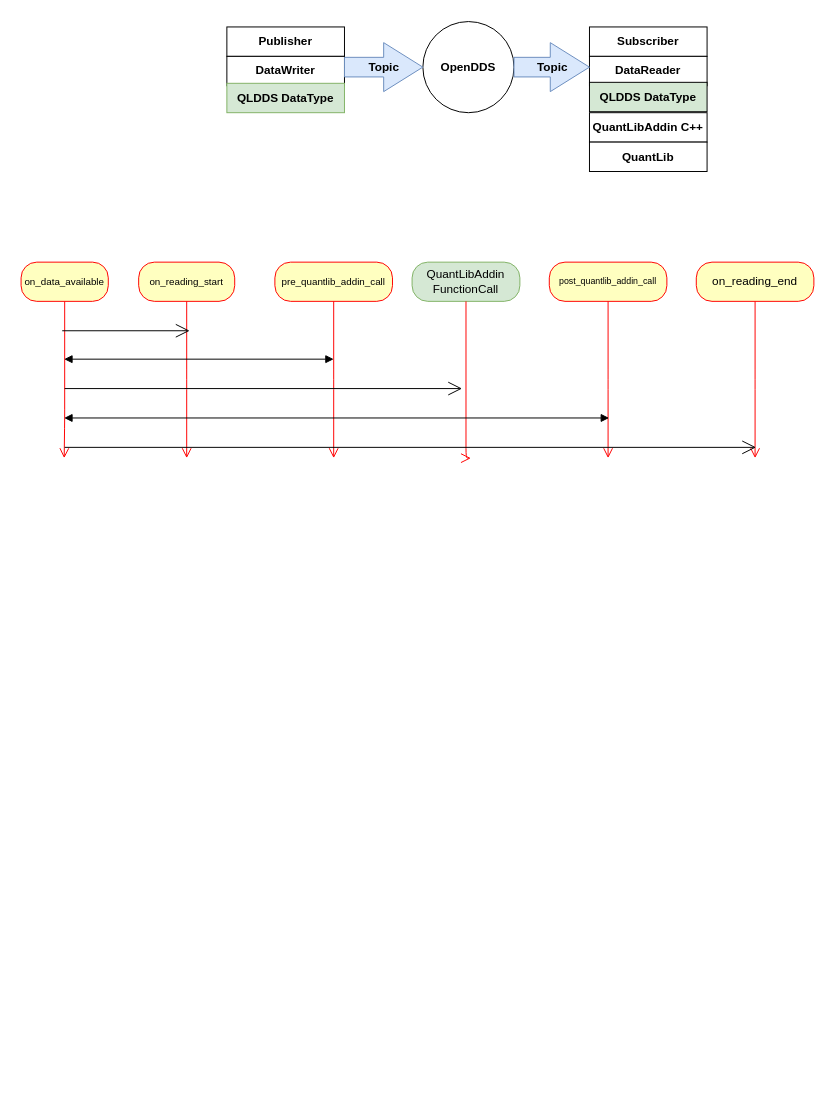
mkipnis/qldds keeps this draw.io diagram as misc/overview.drawio. Above is the earlier version. Source tidied: cells renumbered, new cells numbered last; positions are measured from the earlier drawing's top-left corner, leaving out a move shared by most shapes. Both pictures are drawn from the tidied source at 98%, with x=0, y=0 at pixel (21, 21).
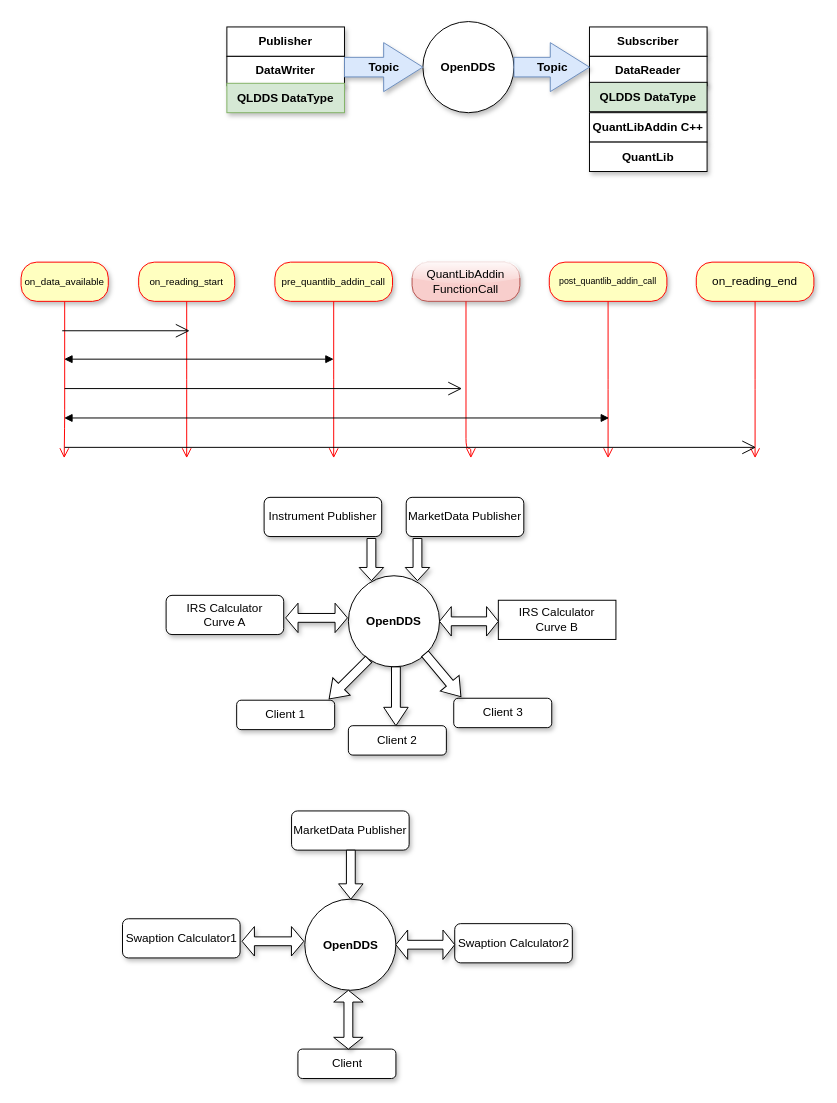
The same page after the edit.

The edit, as a diff of the source:
```diff
@@
-    <mxCell id="2" value="OpenDDS" style="ellipse;whiteSpace=wrap;html=1;fontStyle=1;" parent="1" vertex="1">
+    <mxCell id="2" value="OpenDDS" style="ellipse;whiteSpace=wrap;html=1;fontStyle=1;shadow=1;" parent="1" vertex="1">
       <mxGeometry x="410" y="0.5" width="93" height="93" as="geometry" />
     </mxCell>
-    <mxCell id="3" value="&lt;b&gt;Publisher&lt;/b&gt;" style="rounded=0;whiteSpace=wrap;html=1;" parent="1" vertex="1">
+    <mxCell id="3" value="&lt;b&gt;Publisher&lt;/b&gt;" style="rounded=0;whiteSpace=wrap;html=1;shadow=1;" parent="1" vertex="1">
       <mxGeometry x="210" y="6" width="120" height="30" as="geometry" />
     </mxCell>
-    <mxCell id="4" value="&lt;b&gt;DataWriter&lt;/b&gt;" style="rounded=0;whiteSpace=wrap;html=1;" parent="1" vertex="1">
+    <mxCell id="4" value="&lt;b&gt;DataWriter&lt;/b&gt;" style="rounded=0;whiteSpace=wrap;html=1;shadow=1;" parent="1" vertex="1">
       <mxGeometry x="210" y="36" width="120" height="30" as="geometry" />
     </mxCell>
-    <mxCell id="5" value="&lt;b&gt;QLDDS DataType&lt;br&gt;&lt;/b&gt;" style="rounded=0;whiteSpace=wrap;html=1;fillColor=#d5e8d4;strokeColor=#82b366;" parent="1" vertex="1">
+    <mxCell id="5" value="&lt;b&gt;QLDDS DataType&lt;br&gt;&lt;/b&gt;" style="rounded=0;whiteSpace=wrap;html=1;fillColor=#d5e8d4;strokeColor=#82b366;shadow=1;" parent="1" vertex="1">
       <mxGeometry x="210" y="63.5" width="120" height="30" as="geometry" />
     </mxCell>
-    <mxCell id="6" value="Topic" style="html=1;shadow=0;dashed=0;align=center;verticalAlign=middle;shape=mxgraph.arrows2.arrow;dy=0.6;dx=40;notch=0;fillColor=#dae8fc;strokeColor=#6c8ebf;fontStyle=1;" parent="1" vertex="1">
+    <mxCell id="6" value="Topic" style="html=1;shadow=1;dashed=0;align=center;verticalAlign=middle;shape=mxgraph.arrows2.arrow;dy=0.6;dx=40;notch=0;fillColor=#dae8fc;strokeColor=#6c8ebf;fontStyle=1;" parent="1" vertex="1">
       <mxGeometry x="330" y="22" width="80" height="50" as="geometry" />
     </mxCell>
-    <mxCell id="7" value="&lt;b&gt;Subscriber&lt;/b&gt;" style="rounded=0;whiteSpace=wrap;html=1;" parent="1" vertex="1">
+    <mxCell id="7" value="&lt;b&gt;Subscriber&lt;/b&gt;" style="rounded=0;whiteSpace=wrap;html=1;shadow=1;" parent="1" vertex="1">
       <mxGeometry x="580" y="6" width="120" height="30" as="geometry" />
     </mxCell>
-    <mxCell id="8" value="&lt;b&gt;DataReader&lt;/b&gt;" style="rounded=0;whiteSpace=wrap;html=1;" parent="1" vertex="1">
+    <mxCell id="8" value="&lt;b&gt;DataReader&lt;/b&gt;" style="rounded=0;whiteSpace=wrap;html=1;shadow=1;" parent="1" vertex="1">
       <mxGeometry x="580" y="36" width="120" height="30" as="geometry" />
     </mxCell>
-    <mxCell id="9" value="&lt;b&gt;QLDDS DataType&lt;/b&gt;" style="rounded=0;whiteSpace=wrap;html=1;fillColor=#d5e8d4;strokeColor=#000000;glass=0;shadow=0;comic=0;" parent="1" vertex="1">
+    <mxCell id="9" value="&lt;b&gt;QLDDS DataType&lt;/b&gt;" style="rounded=0;whiteSpace=wrap;html=1;fillColor=#d5e8d4;strokeColor=#000000;glass=0;shadow=1;comic=0;" parent="1" vertex="1">
       <mxGeometry x="580" y="62.5" width="120" height="30" as="geometry" />
     </mxCell>
-    <mxCell id="10" value="&lt;b&gt;QuantLibAddin C++&lt;/b&gt;" style="rounded=0;whiteSpace=wrap;html=1;strokeColor=#000000;" parent="1" vertex="1">
+    <mxCell id="10" value="&lt;b&gt;QuantLibAddin C++&lt;/b&gt;" style="rounded=0;whiteSpace=wrap;html=1;strokeColor=#000000;shadow=1;" parent="1" vertex="1">
       <mxGeometry x="580" y="93.5" width="120" height="30" as="geometry" />
     </mxCell>
-    <mxCell id="11" value="&lt;b&gt;QuantLib&lt;/b&gt;" style="rounded=0;whiteSpace=wrap;html=1;" parent="1" vertex="1">
+    <mxCell id="11" value="&lt;b&gt;QuantLib&lt;/b&gt;" style="rounded=0;whiteSpace=wrap;html=1;shadow=1;" parent="1" vertex="1">
       <mxGeometry x="580" y="123.5" width="120" height="30" as="geometry" />
     </mxCell>
-    <mxCell id="12" value="Topic" style="html=1;shadow=0;dashed=0;align=center;verticalAlign=middle;shape=mxgraph.arrows2.arrow;dy=0.6;dx=40;notch=0;fillColor=#dae8fc;strokeColor=#6c8ebf;fontStyle=1;" parent="1" vertex="1">
+    <mxCell id="12" value="Topic" style="html=1;shadow=1;dashed=0;align=center;verticalAlign=middle;shape=mxgraph.arrows2.arrow;dy=0.6;dx=40;notch=0;fillColor=#dae8fc;strokeColor=#6c8ebf;fontStyle=1;" parent="1" vertex="1">
       <mxGeometry x="503" y="22" width="77" height="50" as="geometry" />
     </mxCell>
-    <mxCell id="13" value="on_data_available" style="rounded=1;whiteSpace=wrap;html=1;arcSize=40;fontColor=#000000;fillColor=#ffffc0;strokeColor=#ff0000;shadow=0;glass=0;comic=0;fontSize=10;" parent="1" vertex="1">
+    <mxCell id="13" value="on_data_available" style="rounded=1;whiteSpace=wrap;html=1;arcSize=40;fontColor=#000000;fillColor=#ffffc0;strokeColor=#ff0000;shadow=1;glass=0;comic=0;fontSize=10;" parent="1" vertex="1">
       <mxGeometry y="246" width="89" height="40" as="geometry" />
     </mxCell>
@@
-    <mxCell id="15" value="on_reading_start" style="rounded=1;whiteSpace=wrap;html=1;arcSize=40;fontColor=#000000;fillColor=#ffffc0;strokeColor=#ff0000;shadow=0;glass=0;comic=0;fontSize=10;" parent="1" vertex="1">
+    <mxCell id="15" value="on_reading_start" style="rounded=1;whiteSpace=wrap;html=1;arcSize=40;fontColor=#000000;fillColor=#ffffc0;strokeColor=#ff0000;shadow=1;glass=0;comic=0;fontSize=10;" parent="1" vertex="1">
       <mxGeometry x="120" y="246" width="98" height="40" as="geometry" />
     </mxCell>
@@
-    <mxCell id="17" value="pre_quantlib_addin_call" style="rounded=1;whiteSpace=wrap;html=1;arcSize=40;fontColor=#000000;fillColor=#ffffc0;strokeColor=#ff0000;shadow=0;glass=0;comic=0;fontSize=10;" parent="1" vertex="1">
+    <mxCell id="17" value="pre_quantlib_addin_call" style="rounded=1;whiteSpace=wrap;html=1;arcSize=40;fontColor=#000000;fillColor=#ffffc0;strokeColor=#ff0000;shadow=1;glass=0;comic=0;fontSize=10;" parent="1" vertex="1">
       <mxGeometry x="259" y="246" width="120" height="40" as="geometry" />
     </mxCell>
@@
-    <mxCell id="20" value="QuantLibAddin&lt;br&gt;FunctionCall" style="rounded=1;whiteSpace=wrap;html=1;arcSize=40;fillColor=#d5e8d4;strokeColor=#82b366;shadow=0;glass=0;comic=0;" parent="1" vertex="1">
+    <mxCell id="20" value="QuantLibAddin&lt;br&gt;FunctionCall" style="rounded=1;whiteSpace=wrap;html=1;arcSize=40;fillColor=#f8cecc;strokeColor=#b85450;shadow=1;glass=1;comic=0;" parent="1" vertex="1">
       <mxGeometry x="399" y="246" width="110" height="40" as="geometry" />
     </mxCell>
-    <mxCell id="21" style="edgeStyle=orthogonalEdgeStyle;html=1;verticalAlign=bottom;endArrow=open;endSize=8;strokeColor=#ff0000;fontSize=10;" parent="1" edge="1" source="20">
+    <mxCell id="21" style="edgeStyle=orthogonalEdgeStyle;html=1;verticalAlign=bottom;endArrow=open;endSize=8;strokeColor=#ff0000;fontSize=10;" parent="1" edge="1">
       <mxGeometry relative="1" as="geometry">
+        <mxPoint x="454" y="286" as="sourcePoint" />
         <mxPoint x="459" y="446" as="targetPoint" />
         <Array as="points">
-          <mxPoint x="454" y="446" />
+          <mxPoint x="454" y="436" />
+          <mxPoint x="459" y="436" />
         </Array>
       </mxGeometry>
     </mxCell>
-    <mxCell id="22" value="post_quantlib_addin_call" style="rounded=1;whiteSpace=wrap;html=1;arcSize=40;fontColor=#000000;fillColor=#ffffc0;strokeColor=#ff0000;shadow=0;glass=0;comic=0;fontSize=9;" parent="1" vertex="1">
+    <mxCell id="22" value="post_quantlib_addin_call" style="rounded=1;whiteSpace=wrap;html=1;arcSize=40;fontColor=#000000;fillColor=#ffffc0;strokeColor=#ff0000;shadow=1;glass=0;comic=0;fontSize=9;" parent="1" vertex="1">
       <mxGeometry x="539" y="246" width="120" height="40" as="geometry" />
     </mxCell>
@@
-    <mxCell id="24" value="on_reading_end" style="rounded=1;whiteSpace=wrap;html=1;arcSize=40;fontColor=#000000;fillColor=#ffffc0;strokeColor=#ff0000;shadow=0;glass=0;comic=0;" parent="1" vertex="1">
+    <mxCell id="24" value="on_reading_end" style="rounded=1;whiteSpace=wrap;html=1;arcSize=40;fontColor=#000000;fillColor=#ffffc0;strokeColor=#ff0000;shadow=1;glass=0;comic=0;" parent="1" vertex="1">
       <mxGeometry x="689" y="246" width="120" height="40" as="geometry" />
     </mxCell>
@@
+    <mxCell id="30" value="&lt;font style=&quot;font-size: 12px&quot;&gt;Instrument Publisher&lt;/font&gt;" style="rounded=1;whiteSpace=wrap;html=1;shadow=1;glass=0;comic=0;strokeColor=#000000;fontSize=9;" parent="1" vertex="1">
+      <mxGeometry x="248" y="486" width="120" height="40" as="geometry" />
+    </mxCell>
+    <mxCell id="31" value="&lt;font style=&quot;font-size: 12px&quot;&gt;MarketData Publisher&lt;/font&gt;" style="rounded=1;whiteSpace=wrap;html=1;shadow=1;glass=0;comic=0;strokeColor=#000000;fontSize=9;" parent="1" vertex="1">
+      <mxGeometry x="393" y="486" width="120" height="40" as="geometry" />
+    </mxCell>
+    <mxCell id="32" value="OpenDDS" style="ellipse;whiteSpace=wrap;html=1;fontStyle=1;shadow=1;" parent="1" vertex="1">
+      <mxGeometry x="334" y="566" width="93" height="93" as="geometry" />
+    </mxCell>
+    <mxCell id="33" value="&lt;font style=&quot;font-size: 12px&quot;&gt;IRS Calculator&lt;br&gt;Curve A&lt;br&gt;&lt;/font&gt;" style="rounded=1;whiteSpace=wrap;html=1;shadow=1;glass=0;comic=0;strokeColor=#000000;fontSize=9;" parent="1" vertex="1">
+      <mxGeometry x="148" y="586" width="120" height="40" as="geometry" />
+    </mxCell>
+    <mxCell id="34" value="&lt;font style=&quot;font-size: 12px&quot;&gt;&lt;span style=&quot;white-space: normal&quot;&gt;IRS Calculator&lt;/span&gt;&lt;br style=&quot;white-space: normal&quot;&gt;&lt;span style=&quot;white-space: normal&quot;&gt;Curve B&lt;/span&gt;&lt;/font&gt;" style="rounded=0;whiteSpace=wrap;html=1;shadow=0;glass=0;comic=0;strokeColor=#000000;fontSize=9;" parent="1" vertex="1">
+      <mxGeometry x="487" y="591" width="120" height="40" as="geometry" />
+    </mxCell>
+    <mxCell id="35" value="&lt;font style=&quot;font-size: 12px&quot;&gt;Client 1&lt;/font&gt;" style="rounded=1;whiteSpace=wrap;html=1;shadow=1;glass=0;comic=0;strokeColor=#000000;fontSize=9;" parent="1" vertex="1">
+      <mxGeometry x="220" y="693" width="100" height="30" as="geometry" />
+    </mxCell>
+    <mxCell id="36" value="&lt;font style=&quot;font-size: 12px&quot;&gt;Client 2&lt;/font&gt;" style="rounded=1;whiteSpace=wrap;html=1;shadow=1;glass=0;comic=0;strokeColor=#000000;fontSize=9;" parent="1" vertex="1">
+      <mxGeometry x="334" y="719" width="100" height="30" as="geometry" />
+    </mxCell>
+    <mxCell id="37" value="&lt;font style=&quot;font-size: 12px&quot;&gt;Client 3&lt;/font&gt;" style="rounded=1;whiteSpace=wrap;html=1;shadow=1;glass=0;comic=0;strokeColor=#000000;fontSize=9;" parent="1" vertex="1">
+      <mxGeometry x="441.5" y="691" width="100" height="30" as="geometry" />
+    </mxCell>
+    <mxCell id="38" style="shape=doubleArrow;whiteSpace=wrap;html=1;shadow=1;glass=0;comic=0;strokeColor=#000000;fontSize=9;" parent="1" vertex="1">
+      <mxGeometry x="270" y="594" width="63" height="30" as="geometry" />
+    </mxCell>
+    <mxCell id="39" style="shape=doubleArrow;whiteSpace=wrap;html=1;shadow=1;glass=0;comic=0;strokeColor=#000000;fontSize=9;" parent="1" vertex="1">
+      <mxGeometry x="427" y="597.5" width="60" height="30" as="geometry" />
+    </mxCell>
+    <mxCell id="40" style="shape=singleArrow;direction=south;whiteSpace=wrap;html=1;shadow=1;glass=0;comic=0;strokeColor=#000000;fontSize=9;arrowWidth=0.36;arrowSize=0.3125;" parent="1" vertex="1">
+      <mxGeometry x="345" y="528" width="25" height="43" as="geometry" />
+    </mxCell>
+    <mxCell id="41" style="shape=singleArrow;direction=south;whiteSpace=wrap;html=1;shadow=1;glass=0;comic=0;strokeColor=#000000;fontSize=9;arrowWidth=0.36;arrowSize=0.3125;" parent="1" vertex="1">
+      <mxGeometry x="392" y="528" width="25" height="43" as="geometry" />
+    </mxCell>
+    <mxCell id="42" style="shape=singleArrow;direction=south;whiteSpace=wrap;html=1;shadow=1;glass=0;comic=0;strokeColor=#000000;fontSize=9;arrowWidth=0.36;arrowSize=0.3125;rotation=-40;" parent="1" vertex="1">
+      <mxGeometry x="418" y="639" width="25" height="57" as="geometry" />
+    </mxCell>
+    <mxCell id="43" style="shape=singleArrow;direction=south;whiteSpace=wrap;html=1;shadow=1;glass=0;comic=0;strokeColor=#000000;fontSize=9;arrowWidth=0.36;arrowSize=0.3125;" parent="1" vertex="1">
+      <mxGeometry x="370" y="659" width="25" height="60" as="geometry" />
+    </mxCell>
+    <mxCell id="44" style="shape=singleArrow;direction=south;whiteSpace=wrap;html=1;shadow=1;glass=0;comic=0;strokeColor=#000000;fontSize=9;arrowWidth=0.36;arrowSize=0.3125;rotation=45;" parent="1" vertex="1">
+      <mxGeometry x="322" y="643" width="25" height="57" as="geometry" />
+    </mxCell>
+    <mxCell id="45" value="&lt;font style=&quot;font-size: 12px&quot;&gt;MarketData Publisher&lt;/font&gt;" style="rounded=1;whiteSpace=wrap;html=1;shadow=1;glass=0;comic=0;strokeColor=#000000;fontSize=9;" parent="1" vertex="1">
+      <mxGeometry x="276" y="806" width="120" height="40" as="geometry" />
+    </mxCell>
+    <mxCell id="46" value="OpenDDS" style="ellipse;whiteSpace=wrap;html=1;fontStyle=1;shadow=1;" parent="1" vertex="1">
+      <mxGeometry x="289.5" y="896" width="93" height="93" as="geometry" />
+    </mxCell>
+    <mxCell id="47" value="&lt;font style=&quot;font-size: 12px&quot;&gt;Swaption Calculator1&lt;br&gt;&lt;/font&gt;" style="rounded=1;whiteSpace=wrap;html=1;shadow=1;glass=0;comic=0;strokeColor=#000000;fontSize=9;" parent="1" vertex="1">
+      <mxGeometry x="103.5" y="916" width="120" height="40" as="geometry" />
+    </mxCell>
+    <mxCell id="48" value="&lt;span style=&quot;font-size: 12px&quot;&gt;Swaption Calculator2&lt;/span&gt;" style="rounded=1;whiteSpace=wrap;html=1;shadow=1;glass=0;comic=0;strokeColor=#000000;fontSize=9;" parent="1" vertex="1">
+      <mxGeometry x="442.5" y="921" width="120" height="40" as="geometry" />
+    </mxCell>
+    <mxCell id="49" value="&lt;font style=&quot;font-size: 12px&quot;&gt;Client&lt;/font&gt;" style="rounded=1;whiteSpace=wrap;html=1;shadow=1;glass=0;comic=0;strokeColor=#000000;fontSize=9;" parent="1" vertex="1">
+      <mxGeometry x="282.5" y="1049" width="100" height="30" as="geometry" />
+    </mxCell>
+    <mxCell id="50" style="shape=doubleArrow;whiteSpace=wrap;html=1;shadow=1;glass=0;comic=0;strokeColor=#000000;fontSize=9;" parent="1" vertex="1">
+      <mxGeometry x="225.5" y="924" width="63" height="30" as="geometry" />
+    </mxCell>
+    <mxCell id="51" style="shape=doubleArrow;whiteSpace=wrap;html=1;shadow=1;glass=0;comic=0;strokeColor=#000000;fontSize=9;" parent="1" vertex="1">
+      <mxGeometry x="382.5" y="927.5" width="60" height="30" as="geometry" />
+    </mxCell>
+    <mxCell id="52" style="shape=singleArrow;direction=south;whiteSpace=wrap;html=1;shadow=1;glass=0;comic=0;strokeColor=#000000;fontSize=9;arrowWidth=0.36;arrowSize=0.3125;" parent="1" vertex="1">
+      <mxGeometry x="324" y="846" width="25" height="50" as="geometry" />
+    </mxCell>
+    <mxCell id="53" style="shape=doubleArrow;whiteSpace=wrap;html=1;shadow=1;glass=0;comic=0;strokeColor=#000000;fontSize=9;direction=south;" parent="1" vertex="1">
+      <mxGeometry x="319" y="989" width="30" height="60" as="geometry" />
+    </mxCell>
```
